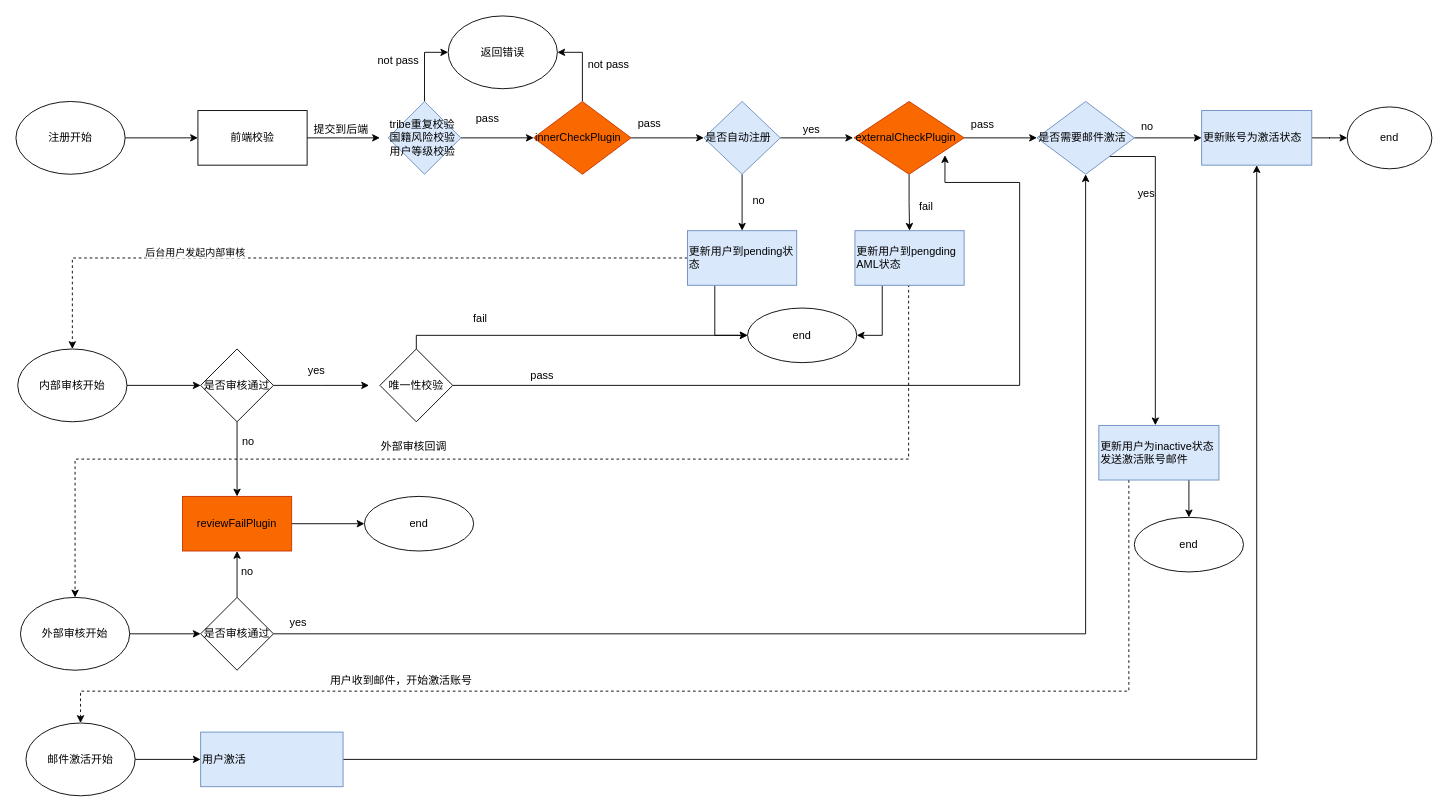
Earlier version of the draw.io diagram page "Page-12" (12 of 13) of Untitled Diagram.drawio (wang86924324/workstation). Source tidied: cells renumbered, new cells numbered last; positions are measured from the earlier drawing's top-left corner, leaving out a move shared by most shapes. Both pictures are drawn from the tidied source at 91%, with x=0, y=0 at pixel (15, 15).
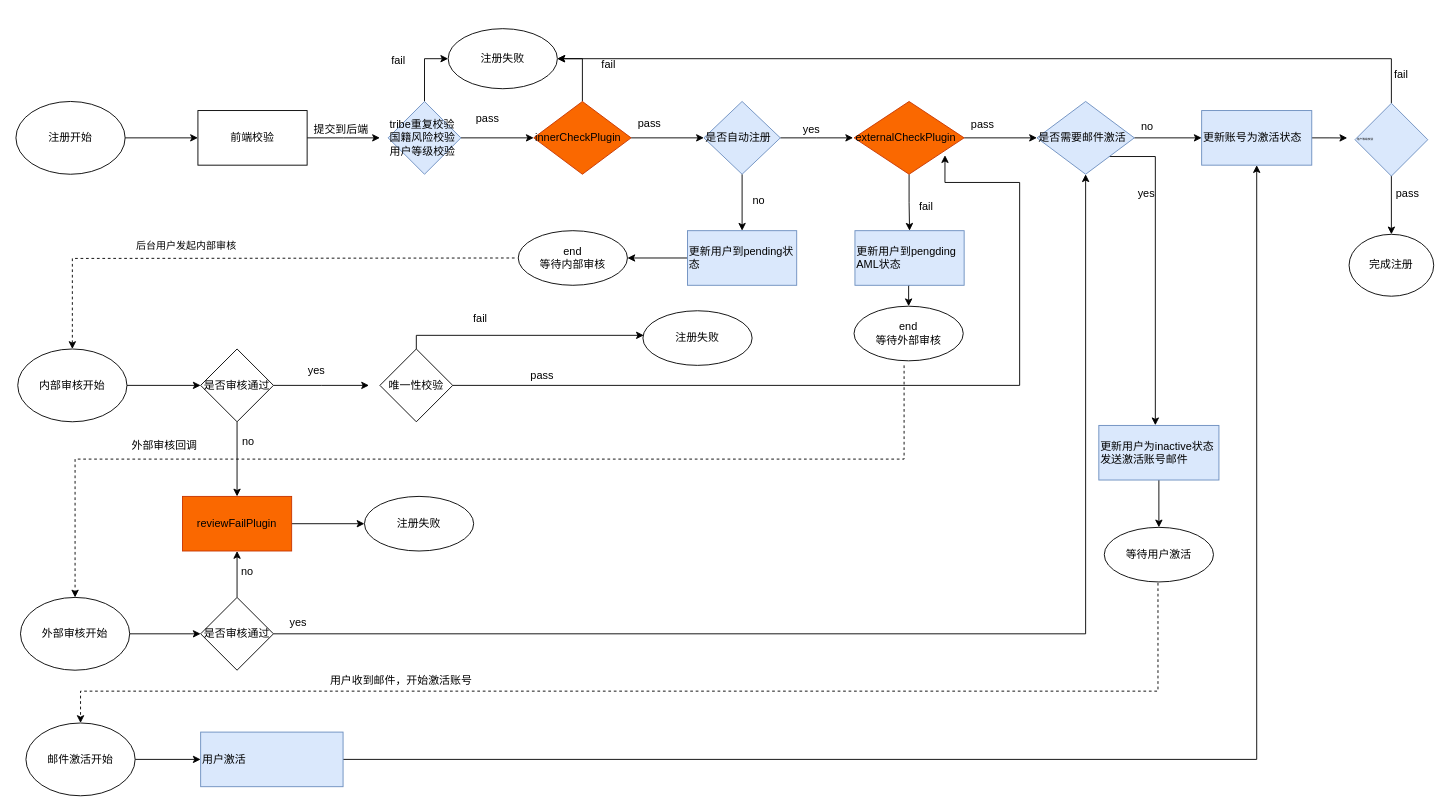
The same page after the edit.

The change refers to these unchanged cells:
```xml
<mxCell id="28" value="&lt;font style=&quot;font-size: 12px&quot;&gt;更新账号为激活状态&lt;/font&gt;" style="whiteSpace=wrap;html=1;rounded=0;fontSize=3;align=left;strokeColor=#6c8ebf;fillColor=#dae8fc;" parent="1" vertex="1">
  <mxGeometry x="1303" y="104" width="121" height="60" as="geometry" />
</mxCell>
<mxCell id="32" value="&lt;font style=&quot;font-size: 12px&quot;&gt;更新用户为inactive状态&lt;br&gt;发送激活账号邮件&lt;/font&gt;" style="whiteSpace=wrap;html=1;rounded=0;fontSize=3;align=left;strokeColor=#6c8ebf;fillColor=#dae8fc;" parent="1" vertex="1">
  <mxGeometry x="1190" y="450" width="132" height="60" as="geometry" />
</mxCell>
<mxCell id="37" value="&lt;font style=&quot;font-size: 12px&quot;&gt;更新用户到pengding AML状态&lt;/font&gt;" style="whiteSpace=wrap;html=1;rounded=0;fontSize=3;align=left;strokeColor=#6c8ebf;fillColor=#dae8fc;" parent="1" vertex="1">
  <mxGeometry x="922" y="236" width="120" height="60" as="geometry" />
</mxCell>
<mxCell id="41" value="&lt;font style=&quot;font-size: 12px&quot;&gt;更新用户到pending状态&lt;/font&gt;" style="whiteSpace=wrap;html=1;rounded=0;fontSize=3;align=left;strokeColor=#6c8ebf;fillColor=#dae8fc;" parent="1" vertex="1">
  <mxGeometry x="738" y="236" width="120" height="60" as="geometry" />
</mxCell>
<mxCell id="43" value="外部审核开始" style="ellipse;whiteSpace=wrap;html=1;" parent="1" vertex="1">
  <mxGeometry x="5" y="639" width="120" height="80" as="geometry" />
</mxCell>
<mxCell id="51" value="内部审核开始" style="ellipse;whiteSpace=wrap;html=1;" parent="1" vertex="1">
  <mxGeometry x="2" y="366" width="120" height="80" as="geometry" />
</mxCell>
<mxCell id="59" value="唯一性校验" style="rhombus;whiteSpace=wrap;html=1;" parent="1" vertex="1">
  <mxGeometry x="400" y="366" width="80" height="80" as="geometry" />
</mxCell>
<mxCell id="63" value="邮件激活开始" style="ellipse;whiteSpace=wrap;html=1;" parent="1" vertex="1">
  <mxGeometry x="11" y="777" width="120" height="80" as="geometry" />
</mxCell>
```

Diff of the diagram source:
```diff
@@
-    <mxCell id="14" value="返回错误" style="ellipse;whiteSpace=wrap;html=1;" parent="1" vertex="1">
-      <mxGeometry x="475" width="120" height="80" as="geometry" />
+    <mxCell id="14" value="注册失败" style="ellipse;whiteSpace=wrap;html=1;" parent="1" vertex="1">
+      <mxGeometry x="475" y="14" width="120" height="66" as="geometry" />
     </mxCell>
@@
-    <mxCell id="27" style="edgeStyle=orthogonalEdgeStyle;rounded=0;jettySize=auto;html=1;" parent="1" edge="1" source="28" target="70">
-      <mxGeometry relative="1" as="geometry" />
+    <mxCell id="27" style="edgeStyle=orthogonalEdgeStyle;rounded=0;jettySize=auto;html=1;" parent="1" edge="1" source="28">
+      <mxGeometry relative="1" as="geometry">
+        <mxPoint x="1463" y="134.1" as="targetPoint" />
+      </mxGeometry>
     </mxCell>
@@
-    <mxCell id="30" style="edgeStyle=orthogonalEdgeStyle;rounded=0;jettySize=auto;html=1;exitX=0.25;exitY=1;exitDx=0;exitDy=0;entryX=0.5;entryY=0;entryDx=0;entryDy=0;dashed=1;" parent="1" edge="1" source="32" target="63">
+    <mxCell id="30" style="edgeStyle=orthogonalEdgeStyle;rounded=0;jettySize=auto;html=1;entryX=0.5;entryY=0;entryDx=0;entryDy=0;dashed=1;" parent="1" edge="1" target="63">
       <mxGeometry relative="1" as="geometry">
+        <mxPoint x="1255" y="623" as="sourcePoint" />
         <Array as="points">
-          <mxPoint x="1223" y="742" />
+          <mxPoint x="1255" y="633" />
+          <mxPoint x="1255" y="742" />
           <mxPoint x="71" y="742" />
         </Array>
       </mxGeometry>
     </mxCell>
-    <mxCell id="31" style="edgeStyle=orthogonalEdgeStyle;rounded=0;jettySize=auto;html=1;exitX=0.75;exitY=1;exitDx=0;exitDy=0;" parent="1" edge="1" source="32" target="74">
+    <mxCell id="31" style="edgeStyle=orthogonalEdgeStyle;rounded=0;jettySize=auto;html=1;exitX=0.5;exitY=1;exitDx=0;exitDy=0;entryX=0.5;entryY=0;entryDx=0;entryDy=0;" parent="1" edge="1" source="32" target="74">
       <mxGeometry relative="1" as="geometry" />
     </mxCell>
@@
-    <mxCell id="35" style="edgeStyle=orthogonalEdgeStyle;rounded=0;jettySize=auto;html=1;exitX=0.5;exitY=1;exitDx=0;exitDy=0;dashed=1;" parent="1" edge="1" source="37" target="43">
+    <mxCell id="35" style="edgeStyle=orthogonalEdgeStyle;rounded=0;jettySize=auto;html=1;dashed=1;" parent="1" edge="1" target="43">
       <mxGeometry relative="1" as="geometry">
+        <mxPoint x="976" y="384" as="sourcePoint" />
         <Array as="points">
-          <mxPoint x="981" y="487" />
+          <mxPoint x="976" y="487" />
           <mxPoint x="65" y="487" />
         </Array>
       </mxGeometry>
     </mxCell>
-    <mxCell id="36" style="edgeStyle=orthogonalEdgeStyle;rounded=0;jettySize=auto;html=1;exitX=0.25;exitY=1;exitDx=0;exitDy=0;entryX=1;entryY=0.5;entryDx=0;entryDy=0;" parent="1" edge="1" source="37" target="73">
-      <mxGeometry relative="1" as="geometry" />
-    </mxCell>
+    <mxCell id="76" style="edgeStyle=orthogonalEdgeStyle;rounded=0;jettySize=auto;html=1;exitX=0.5;exitY=1;exitDx=0;exitDy=0;entryX=0.5;entryY=0;entryDx=0;entryDy=0;" parent="1" edge="1" source="37" target="79">
+      <mxGeometry relative="1" as="geometry" />
+    </mxCell>
@@
-    <mxCell id="38" style="edgeStyle=orthogonalEdgeStyle;rounded=0;jettySize=auto;html=1;dashed=1;" parent="1" edge="1" source="41" target="51">
-      <mxGeometry relative="1" as="geometry" />
+    <mxCell id="38" style="edgeStyle=orthogonalEdgeStyle;rounded=0;jettySize=auto;html=1;dashed=1;" parent="1" edge="1" target="51">
+      <mxGeometry relative="1" as="geometry">
+        <mxPoint x="548" y="266" as="sourcePoint" />
+      </mxGeometry>
     </mxCell>
-    <mxCell id="39" value="后台用户发起内部审核" style="edgeLabel;html=1;align=center;verticalAlign=middle;" parent="38" vertex="1">
-      <mxGeometry x="0.4" y="-4" relative="1" as="geometry">
-        <mxPoint x="1" y="-3" as="offset" />
-      </mxGeometry>
-    </mxCell>
-    <mxCell id="40" style="edgeStyle=orthogonalEdgeStyle;rounded=0;jettySize=auto;html=1;exitX=0.25;exitY=1;exitDx=0;exitDy=0;entryX=0;entryY=0.5;entryDx=0;entryDy=0;" parent="1" edge="1" source="41" target="73">
-      <mxGeometry relative="1" as="geometry" />
-    </mxCell>
+    <mxCell id="77" style="edgeStyle=orthogonalEdgeStyle;rounded=0;jettySize=auto;html=1;entryX=1;entryY=0.5;entryDx=0;entryDy=0;" parent="1" edge="1" source="41" target="78">
+      <mxGeometry relative="1" as="geometry" />
+    </mxCell>
@@
-    <mxCell id="58" style="edgeStyle=orthogonalEdgeStyle;rounded=0;jettySize=auto;html=1;exitX=0.5;exitY=0;exitDx=0;exitDy=0;entryX=0;entryY=0.5;entryDx=0;entryDy=0;" parent="1" edge="1" source="59" target="73">
+    <mxCell id="58" style="edgeStyle=orthogonalEdgeStyle;rounded=0;jettySize=auto;html=1;exitX=0.5;exitY=0;exitDx=0;exitDy=0;" parent="1" edge="1" source="59">
       <mxGeometry relative="1" as="geometry">
+        <mxPoint x="690" y="351" as="targetPoint" />
         <Array as="points">
           <mxPoint x="440" y="351" />
         </Array>
       </mxGeometry>
     </mxCell>
@@
-    <mxCell id="65" value="end" style="ellipse;whiteSpace=wrap;html=1;" parent="1" vertex="1">
+    <mxCell id="65" value="注册失败" style="ellipse;whiteSpace=wrap;html=1;" parent="1" vertex="1">
       <mxGeometry x="383" y="528" width="120" height="60" as="geometry" />
     </mxCell>
-    <mxCell id="66" value="not pass" style="text;html=1;align=center;verticalAlign=middle;strokeColor=none;" parent="1" vertex="1">
-      <mxGeometry x="392" y="40" width="55" height="18" as="geometry" />
+    <mxCell id="66" value="fail" style="text;html=1;align=center;verticalAlign=middle;strokeColor=none;" parent="1" vertex="1">
+      <mxGeometry x="407" y="40" width="25" height="18" as="geometry" />
     </mxCell>
-    <mxCell id="67" value="not pass" style="text;html=1;align=center;verticalAlign=middle;strokeColor=none;" parent="1" vertex="1">
-      <mxGeometry x="623" y="45" width="55" height="18" as="geometry" />
+    <mxCell id="67" value="fail" style="text;html=1;align=center;verticalAlign=middle;strokeColor=none;" parent="1" vertex="1">
+      <mxGeometry x="638" y="45" width="25" height="18" as="geometry" />
     </mxCell>
@@
-    <mxCell id="70" value="end" style="ellipse;whiteSpace=wrap;html=1;" parent="1" vertex="1">
-      <mxGeometry x="1463" y="100" width="93" height="68" as="geometry" />
-    </mxCell>
     <mxCell id="71" value="外部审核回调" style="text;html=1;align=center;verticalAlign=middle;strokeColor=none;" parent="1" vertex="1">
-      <mxGeometry x="396" y="465" width="82" height="18" as="geometry" />
+      <mxGeometry x="122" y="463" width="82" height="18" as="geometry" />
     </mxCell>
@@
-    <mxCell id="73" value="end" style="ellipse;whiteSpace=wrap;html=1;" parent="1" vertex="1">
-      <mxGeometry x="804" y="321" width="120" height="60" as="geometry" />
+    <mxCell id="73" value="注册失败" style="ellipse;whiteSpace=wrap;html=1;" parent="1" vertex="1">
+      <mxGeometry x="689" y="324" width="120" height="60" as="geometry" />
     </mxCell>
-    <mxCell id="74" value="end" style="ellipse;whiteSpace=wrap;html=1;" parent="1" vertex="1">
-      <mxGeometry x="1229" y="551" width="120" height="60" as="geometry" />
+    <mxCell id="74" value="等待用户激活" style="ellipse;whiteSpace=wrap;html=1;" parent="1" vertex="1">
+      <mxGeometry x="1196" y="562" width="120" height="60" as="geometry" />
     </mxCell>
@@
+    <mxCell id="39" value="&lt;span style=&quot;font-size: 11px&quot;&gt;后台用户发起内部审核&lt;/span&gt;" style="text;html=1;align=center;verticalAlign=middle;strokeColor=none;" parent="1" vertex="1">
+      <mxGeometry x="122" y="244" width="130" height="18" as="geometry" />
+    </mxCell>
+    <mxCell id="78" value="end&lt;br&gt;等待内部审核" style="ellipse;whiteSpace=wrap;html=1;" parent="1" vertex="1">
+      <mxGeometry x="552" y="236" width="120" height="60" as="geometry" />
+    </mxCell>
+    <mxCell id="79" value="end&lt;br&gt;等待外部审核" style="ellipse;whiteSpace=wrap;html=1;" parent="1" vertex="1">
+      <mxGeometry x="921" y="319" width="120" height="60" as="geometry" />
+    </mxCell>
+    <mxCell id="80" value="完成注册" style="ellipse;whiteSpace=wrap;html=1;" parent="1" vertex="1">
+      <mxGeometry x="1465" y="240" width="93" height="68" as="geometry" />
+    </mxCell>
+    <mxCell id="81" style="edgeStyle=orthogonalEdgeStyle;rounded=0;jettySize=auto;html=1;exitX=0.5;exitY=1;exitDx=0;exitDy=0;entryX=0.5;entryY=0;entryDx=0;entryDy=0;" parent="1" edge="1" source="83" target="80">
+      <mxGeometry relative="1" as="geometry" />
+    </mxCell>
+    <mxCell id="82" style="edgeStyle=orthogonalEdgeStyle;rounded=0;jettySize=auto;html=1;exitX=0.5;exitY=0;exitDx=0;exitDy=0;entryX=1;entryY=0.5;entryDx=0;entryDy=0;" parent="1" edge="1" source="83" target="14">
+      <mxGeometry relative="1" as="geometry" />
+    </mxCell>
+    <mxCell id="83" value="用户等级校验" style="rhombus;whiteSpace=wrap;html=1;rounded=0;fontSize=3;align=left;fillColor=#dae8fc;strokeColor=#6c8ebf;" parent="1" vertex="1">
+      <mxGeometry x="1471.5" y="96" width="80" height="80" as="geometry" />
+    </mxCell>
+    <mxCell id="84" value="pass" style="text;html=1;align=center;verticalAlign=middle;strokeColor=none;" parent="1" vertex="1">
+      <mxGeometry x="1511" y="187" width="35" height="18" as="geometry" />
+    </mxCell>
+    <mxCell id="85" value="fail" style="text;html=1;align=center;verticalAlign=middle;strokeColor=none;" parent="1" vertex="1">
+      <mxGeometry x="1509" y="56" width="25" height="18" as="geometry" />
+    </mxCell>
```
